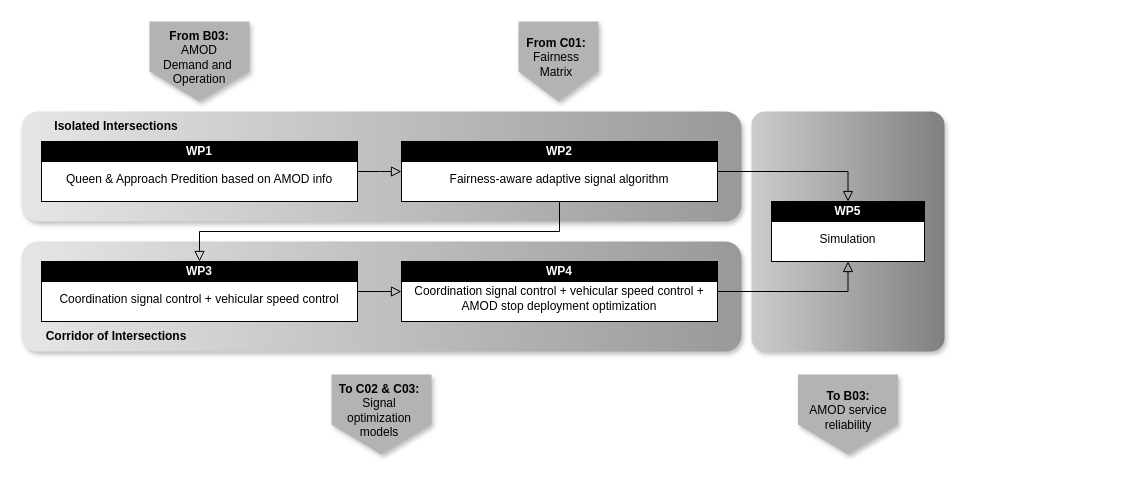
The draw.io diagram WP_structure.drawio in menglinyang19/AgiMo, before the edit. Source tidied: cells renumbered, new cells numbered last; positions are measured from the earlier drawing's top-left corner, leaving out a move shared by most shapes. Both pictures are drawn from the tidied source at 100%, with x=0, y=0 at pixel (21, 21).
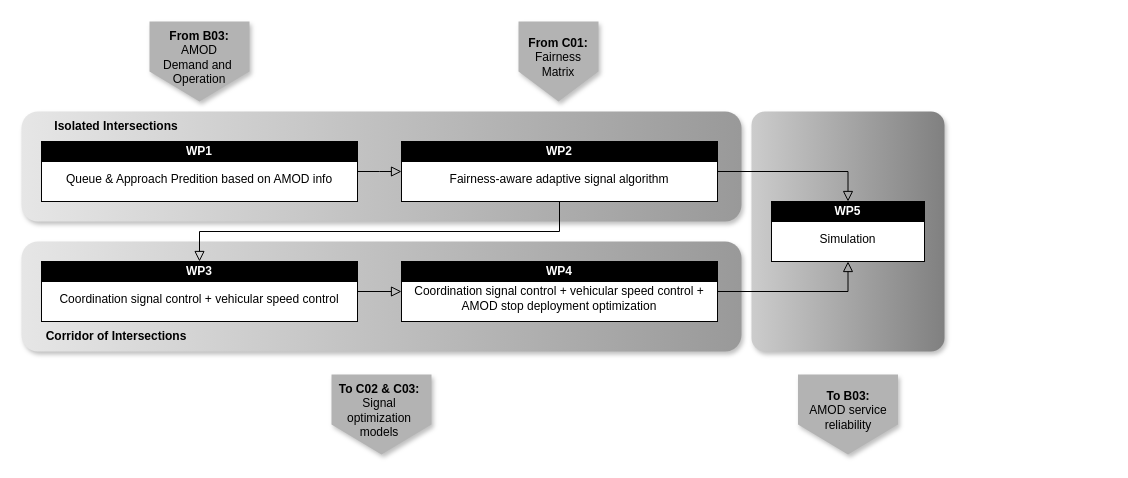
The same diagram, later.

The change refers to these unchanged cells:
```xml
<mxCell id="17" style="group;shadow=1;rounded=0;" parent="1" vertex="1">
  <mxGeometry x="20" y="120" width="316" height="60" as="geometry" />
</mxCell>
```

Diff of the diagram source:
```diff
@@
-    <mxCell id="18" value="&lt;div&gt;&lt;br&gt;&lt;/div&gt;&lt;div&gt;Queen &amp;amp; Approach Predition based on AMOD info&lt;/div&gt;" style="rounded=0;whiteSpace=wrap;html=1;" parent="17" vertex="1">
+    <mxCell id="18" value="&lt;div&gt;&lt;br&gt;&lt;/div&gt;&lt;div&gt;Queue &amp;amp; Approach Predition based on AMOD info&lt;/div&gt;" style="rounded=0;whiteSpace=wrap;html=1;" parent="17" vertex="1">
       <mxGeometry width="316" height="60" as="geometry" />
     </mxCell>
@@
     <mxCell id="23" value="From C01:&lt;div&gt;&lt;span style=&quot;font-weight: normal;&quot;&gt;Fairness&lt;/span&gt;&lt;/div&gt;&lt;div&gt;&lt;span style=&quot;font-weight: normal;&quot;&gt;Matrix&lt;/span&gt;&lt;/div&gt;" style="text;html=1;align=center;verticalAlign=middle;whiteSpace=wrap;rounded=0;fontStyle=1;" parent="1" vertex="1">
-      <mxGeometry x="503" y="18.5" width="64" height="35" as="geometry" />
+      <mxGeometry x="505" y="18.5" width="64" height="35" as="geometry" />
     </mxCell>
```
